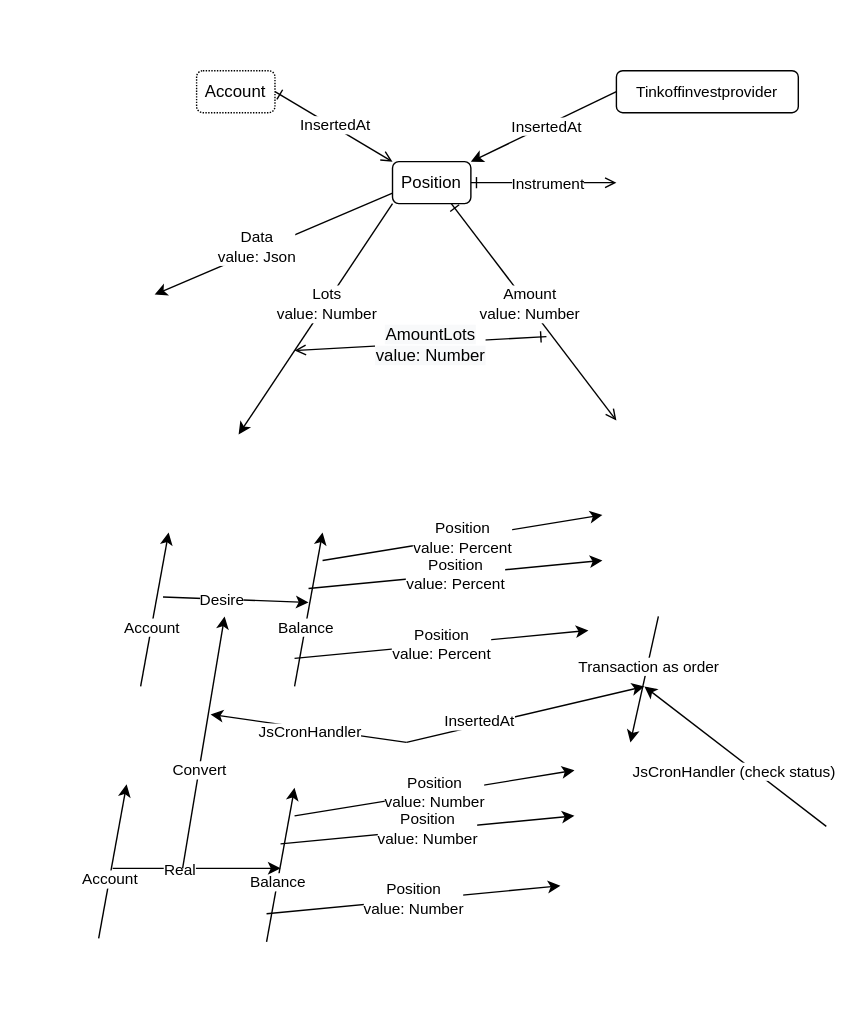
Above: src/position/Position.drawio.svg in suenot/deep-tinkoff-invest-api (draw.io), before the change. Source tidied: cells renumbered, new cells last; positions are measured from the earlier drawing's top-left corner, leaving out a move shared by most shapes.
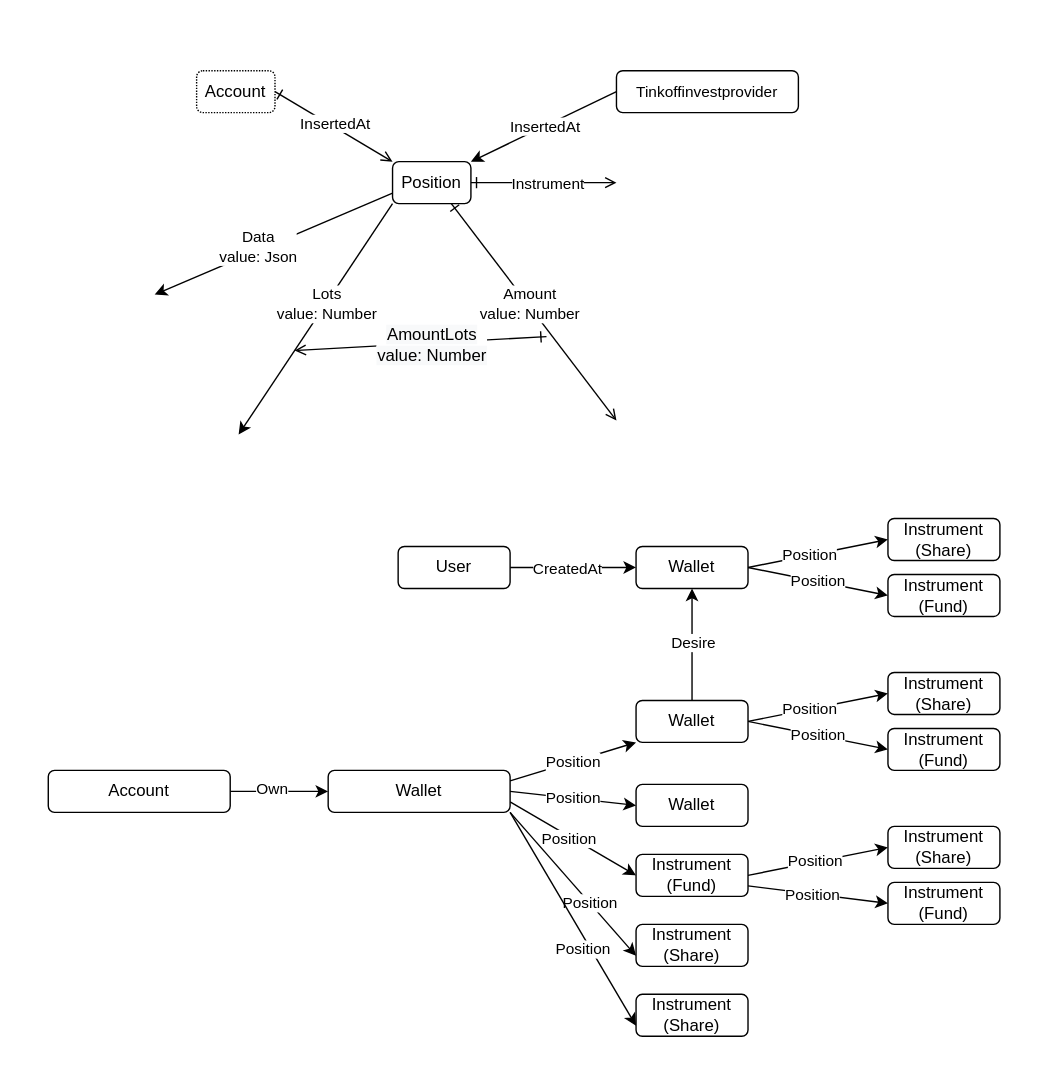
After the commit.

What changed in the source:
```diff
@@ -3,7 +3,7 @@
     <mxCell id="0" />
     <mxCell id="1" parent="0" />
     <mxCell id="2" style="rounded=0;whiteSpace=wrap;html=1;strokeColor=none;" parent="1" vertex="1">
-      <mxGeometry width="600" height="720" as="geometry" />
+      <mxGeometry width="740" height="770" as="geometry" />
     </mxCell>
     <mxCell id="3" style="edgeStyle=none;html=1;exitX=1;exitY=0.5;exitDx=0;exitDy=0;startArrow=ERone;startFill=0;entryX=0;entryY=0;entryDx=0;entryDy=0;endArrow=open;endFill=0;" parent="1" edge="1" source="5" target="12">
       <mxGeometry relative="1" as="geometry" />
@@ -58,12 +58,6 @@
     <mxCell id="16" value="&lt;span style=&quot;font-size: 12px ; background-color: rgb(248 , 249 , 250)&quot;&gt;AmountLots&lt;br&gt;value: Number&lt;br&gt;&lt;/span&gt;" style="edgeLabel;html=1;align=center;verticalAlign=middle;" parent="15" vertex="1">
       <mxGeometry x="-0.07" y="1" relative="1" as="geometry" />
     </mxCell>
-    <mxCell id="17" value="Position&lt;br&gt;value: Percent" style="edgeStyle=none;html=1;entryX=0;entryY=0.25;entryDx=0;entryDy=0;" parent="1" edge="1">
-      <mxGeometry relative="1" as="geometry">
-        <mxPoint x="230" y="400" as="sourcePoint" />
-        <mxPoint x="430" y="367.5" as="targetPoint" />
-      </mxGeometry>
-    </mxCell>
     <mxCell id="18" style="edgeStyle=none;html=1;exitX=0;exitY=0.5;exitDx=0;exitDy=0;entryX=1;entryY=0;entryDx=0;entryDy=0;" parent="1" edge="1" source="20" target="12">
       <mxGeometry relative="1" as="geometry" />
     </mxCell>
@@ -73,140 +67,128 @@
     <mxCell id="20" value="&lt;span style=&quot;font-size: 11px ; background-color: rgb(255 , 255 , 255)&quot;&gt;Tinkoffinvestprovider&lt;/span&gt;" style="rounded=1;whiteSpace=wrap;html=1;labelBackgroundColor=none;" parent="1" vertex="1">
       <mxGeometry x="440" y="50" width="130" height="30" as="geometry" />
     </mxCell>
-    <mxCell id="21" style="edgeStyle=none;html=1;" parent="1" edge="1">
-      <mxGeometry relative="1" as="geometry">
-        <mxPoint x="116" y="426.1" as="sourcePoint" />
-        <mxPoint x="220" y="430" as="targetPoint" />
-      </mxGeometry>
-    </mxCell>
+    <mxCell id="47" style="edgeStyle=none;html=1;exitX=1;exitY=0.75;exitDx=0;exitDy=0;entryX=0;entryY=0.5;entryDx=0;entryDy=0;" parent="1" edge="1" source="53" target="65">
+      <mxGeometry relative="1" as="geometry" />
+    </mxCell>
+    <mxCell id="48" value="Position" style="edgeLabel;html=1;align=center;verticalAlign=middle;" parent="47" vertex="1">
+      <mxGeometry x="-0.06" y="-1" relative="1" as="geometry" />
+    </mxCell>
+    <mxCell id="49" style="edgeStyle=none;html=1;exitX=1;exitY=1;exitDx=0;exitDy=0;entryX=0;entryY=0.75;entryDx=0;entryDy=0;" parent="1" edge="1" source="53" target="70">
+      <mxGeometry relative="1" as="geometry" />
+    </mxCell>
+    <mxCell id="50" value="Position" style="edgeLabel;html=1;align=center;verticalAlign=middle;" parent="49" vertex="1">
+      <mxGeometry x="0.26" relative="1" as="geometry" />
+    </mxCell>
+    <mxCell id="51" style="edgeStyle=none;html=1;exitX=1;exitY=1;exitDx=0;exitDy=0;entryX=0;entryY=0.75;entryDx=0;entryDy=0;" parent="1" edge="1" source="53" target="71">
+      <mxGeometry relative="1" as="geometry" />
+    </mxCell>
+    <mxCell id="52" value="Position" style="edgeLabel;html=1;align=center;verticalAlign=middle;" parent="51" vertex="1">
+      <mxGeometry x="0.25" y="-5" relative="1" as="geometry" />
+    </mxCell>
+    <mxCell id="53" value="Wallet" style="rounded=1;whiteSpace=wrap;html=1;labelBackgroundColor=none;" parent="1" vertex="1">
+      <mxGeometry x="234" y="550" width="130" height="30" as="geometry" />
+    </mxCell>
+    <mxCell id="54" value="Position" style="edgeStyle=none;html=1;exitX=1;exitY=0.25;exitDx=0;exitDy=0;entryX=0;entryY=1;entryDx=0;entryDy=0;" parent="1" edge="1" source="53" target="59">
+      <mxGeometry relative="1" as="geometry" />
+    </mxCell>
+    <mxCell id="55" style="edgeStyle=none;html=1;exitX=0.5;exitY=0;exitDx=0;exitDy=0;" parent="1" edge="1" source="59" target="60">
+      <mxGeometry relative="1" as="geometry" />
+    </mxCell>
-    <mxCell id="22" value="Desire" style="edgeLabel;html=1;align=center;verticalAlign=middle;" parent="21" vertex="1">
-      <mxGeometry x="-0.21" relative="1" as="geometry" />
+    <mxCell id="22" value="Desire" style="edgeLabel;html=1;align=center;verticalAlign=middle;" parent="55" vertex="1">
+      <mxGeometry x="0.05" relative="1" as="geometry" />
     </mxCell>
-    <mxCell id="23" style="edgeStyle=none;html=1;" parent="1" edge="1">
-      <mxGeometry relative="1" as="geometry">
-        <mxPoint x="210" y="490" as="sourcePoint" />
-        <mxPoint x="230" y="380" as="targetPoint" />
-      </mxGeometry>
-    </mxCell>
-    <mxCell id="24" value="Balance" style="edgeLabel;html=1;align=center;verticalAlign=middle;" parent="23" vertex="1">
-      <mxGeometry x="-0.21" relative="1" as="geometry" />
-    </mxCell>
-    <mxCell id="25" value="Position&lt;br&gt;value: Percent" style="edgeStyle=none;html=1;" parent="1" edge="1">
-      <mxGeometry relative="1" as="geometry">
-        <mxPoint x="220" y="420" as="sourcePoint" />
-        <mxPoint x="430" y="400" as="targetPoint" />
-      </mxGeometry>
-    </mxCell>
-    <mxCell id="26" value="Position&lt;br&gt;value: Percent" style="edgeStyle=none;html=1;" parent="1" edge="1">
-      <mxGeometry relative="1" as="geometry">
-        <mxPoint x="210" y="470" as="sourcePoint" />
-        <mxPoint x="420" y="450" as="targetPoint" />
-      </mxGeometry>
-    </mxCell>
-    <mxCell id="27" value="Position&lt;br&gt;value: Number" style="edgeStyle=none;html=1;entryX=0;entryY=0.25;entryDx=0;entryDy=0;" parent="1" edge="1">
-      <mxGeometry relative="1" as="geometry">
-        <mxPoint x="210" y="582.5" as="sourcePoint" />
-        <mxPoint x="410" y="550" as="targetPoint" />
-      </mxGeometry>
-    </mxCell>
-    <mxCell id="28" style="edgeStyle=none;html=1;" parent="1" edge="1">
-      <mxGeometry relative="1" as="geometry">
-        <mxPoint x="190" y="672.5" as="sourcePoint" />
-        <mxPoint x="210" y="562.5" as="targetPoint" />
-      </mxGeometry>
-    </mxCell>
-    <mxCell id="29" value="Balance" style="edgeLabel;html=1;align=center;verticalAlign=middle;" parent="28" vertex="1">
-      <mxGeometry x="-0.21" relative="1" as="geometry" />
-    </mxCell>
-    <mxCell id="30" value="Position&lt;br&gt;value: Number" style="edgeStyle=none;html=1;" parent="1" edge="1">
-      <mxGeometry relative="1" as="geometry">
-        <mxPoint x="200" y="602.5" as="sourcePoint" />
-        <mxPoint x="410" y="582.5" as="targetPoint" />
-      </mxGeometry>
-    </mxCell>
-    <mxCell id="31" value="Position&lt;br&gt;value: Number" style="edgeStyle=none;html=1;" parent="1" edge="1">
-      <mxGeometry relative="1" as="geometry">
-        <mxPoint x="190" y="652.5" as="sourcePoint" />
-        <mxPoint x="400" y="632.5" as="targetPoint" />
-      </mxGeometry>
-    </mxCell>
-    <mxCell id="32" style="edgeStyle=none;html=1;" parent="1" edge="1">
-      <mxGeometry relative="1" as="geometry">
-        <mxPoint x="100" y="490" as="sourcePoint" />
-        <mxPoint x="120" y="380" as="targetPoint" />
-      </mxGeometry>
-    </mxCell>
-    <mxCell id="33" value="Account" style="edgeLabel;html=1;align=center;verticalAlign=middle;" parent="32" vertex="1">
-      <mxGeometry x="-0.21" relative="1" as="geometry" />
-    </mxCell>
-    <mxCell id="34" style="edgeStyle=none;html=1;" parent="1" edge="1">
-      <mxGeometry relative="1" as="geometry">
-        <mxPoint x="70" y="670" as="sourcePoint" />
-        <mxPoint x="90" y="560" as="targetPoint" />
-      </mxGeometry>
-    </mxCell>
-    <mxCell id="35" value="Account" style="edgeLabel;html=1;align=center;verticalAlign=middle;" parent="34" vertex="1">
-      <mxGeometry x="-0.21" relative="1" as="geometry" />
-    </mxCell>
-    <mxCell id="36" style="edgeStyle=none;html=1;" parent="1" edge="1">
-      <mxGeometry relative="1" as="geometry">
-        <mxPoint x="80" y="620" as="sourcePoint" />
-        <mxPoint x="200" y="620" as="targetPoint" />
-      </mxGeometry>
-    </mxCell>
-    <mxCell id="37" value="Real" style="edgeLabel;html=1;align=center;verticalAlign=middle;" parent="36" vertex="1">
-      <mxGeometry x="-0.21" relative="1" as="geometry" />
-    </mxCell>
-    <mxCell id="38" style="edgeStyle=none;html=1;" parent="1" edge="1">
-      <mxGeometry relative="1" as="geometry">
-        <mxPoint x="130" y="620" as="sourcePoint" />
-        <mxPoint x="160" y="440" as="targetPoint" />
-      </mxGeometry>
-    </mxCell>
-    <mxCell id="39" value="Convert" style="edgeLabel;html=1;align=center;verticalAlign=middle;" parent="38" vertex="1">
-      <mxGeometry x="-0.21" relative="1" as="geometry" />
-    </mxCell>
-    <mxCell id="40" style="edgeStyle=none;html=1;" parent="1" edge="1">
-      <mxGeometry relative="1" as="geometry">
-        <mxPoint x="290" y="530" as="sourcePoint" />
-        <mxPoint x="150" y="510" as="targetPoint" />
-      </mxGeometry>
-    </mxCell>
-    <mxCell id="41" value="JsCronHandler" style="edgeLabel;html=1;align=center;verticalAlign=middle;" parent="40" vertex="1">
-      <mxGeometry x="-0.21" relative="1" as="geometry">
-        <mxPoint x="-15" as="offset" />
-      </mxGeometry>
-    </mxCell>
-    <mxCell id="42" style="edgeStyle=none;html=1;" parent="1" edge="1">
-      <mxGeometry relative="1" as="geometry">
-        <mxPoint x="290" y="530" as="sourcePoint" />
-        <mxPoint x="460" y="490" as="targetPoint" />
-      </mxGeometry>
-    </mxCell>
-    <mxCell id="43" value="InsertedAt" style="edgeLabel;html=1;align=center;verticalAlign=middle;" parent="42" vertex="1">
-      <mxGeometry x="-0.21" relative="1" as="geometry">
-        <mxPoint x="-15" as="offset" />
-      </mxGeometry>
-    </mxCell>
-    <mxCell id="44" style="edgeStyle=none;html=1;" parent="1" edge="1">
-      <mxGeometry relative="1" as="geometry">
-        <mxPoint x="470" y="440" as="sourcePoint" />
-        <mxPoint x="450" y="530" as="targetPoint" />
-      </mxGeometry>
-    </mxCell>
-    <mxCell id="45" value="Transaction as order" style="edgeLabel;html=1;align=center;verticalAlign=middle;" parent="44" vertex="1">
-      <mxGeometry x="-0.21" relative="1" as="geometry" />
-    </mxCell>
-    <mxCell id="46" style="edgeStyle=none;html=1;" parent="1" edge="1">
-      <mxGeometry relative="1" as="geometry">
-        <mxPoint x="590" y="590" as="sourcePoint" />
-        <mxPoint x="460" y="490" as="targetPoint" />
-      </mxGeometry>
-    </mxCell>
-    <mxCell id="47" value="JsCronHandler (check status)" style="edgeLabel;html=1;align=center;verticalAlign=middle;" parent="46" vertex="1">
-      <mxGeometry x="-0.21" relative="1" as="geometry">
-        <mxPoint x="-15" as="offset" />
-      </mxGeometry>
-    </mxCell>
+    <mxCell id="56" value="Position" style="edgeStyle=none;html=1;exitX=1;exitY=0.5;exitDx=0;exitDy=0;entryX=0;entryY=0.5;entryDx=0;entryDy=0;" parent="1" edge="1" source="59" target="74">
+      <mxGeometry relative="1" as="geometry" />
+    </mxCell>
+    <mxCell id="57" style="edgeStyle=none;html=1;exitX=1;exitY=0.5;exitDx=0;exitDy=0;entryX=0;entryY=0.5;entryDx=0;entryDy=0;" parent="1" edge="1" source="59" target="73">
+      <mxGeometry relative="1" as="geometry" />
+    </mxCell>
+    <mxCell id="58" value="Position" style="edgeLabel;html=1;align=center;verticalAlign=middle;" parent="57" vertex="1">
+      <mxGeometry x="-0.11" y="1" relative="1" as="geometry" />
+    </mxCell>
+    <mxCell id="59" value="Wallet" style="rounded=1;whiteSpace=wrap;html=1;labelBackgroundColor=none;" parent="1" vertex="1">
+      <mxGeometry x="454" y="500" width="80" height="30" as="geometry" />
+    </mxCell>
+    <mxCell id="60" value="Wallet" style="rounded=1;whiteSpace=wrap;html=1;labelBackgroundColor=none;" parent="1" vertex="1">
+      <mxGeometry x="454" y="390" width="80" height="30" as="geometry" />
+    </mxCell>
+    <mxCell id="61" style="edgeStyle=none;html=1;exitX=1;exitY=0.5;exitDx=0;exitDy=0;entryX=0;entryY=0.5;entryDx=0;entryDy=0;" parent="1" edge="1" source="63" target="53">
+      <mxGeometry relative="1" as="geometry" />
+    </mxCell>
+    <mxCell id="62" value="Own" style="edgeLabel;html=1;align=center;verticalAlign=middle;" parent="61" vertex="1">
+      <mxGeometry x="-0.18" y="3" relative="1" as="geometry" />
+    </mxCell>
+    <mxCell id="63" value="Account" style="rounded=1;whiteSpace=wrap;html=1;labelBackgroundColor=none;" parent="1" vertex="1">
+      <mxGeometry x="34" y="550" width="130" height="30" as="geometry" />
+    </mxCell>
+    <mxCell id="64" value="Wallet" style="rounded=1;whiteSpace=wrap;html=1;labelBackgroundColor=none;" parent="1" vertex="1">
+      <mxGeometry x="454" y="560" width="80" height="30" as="geometry" />
+    </mxCell>
+    <mxCell id="65" value="Instrument (Fund)" style="rounded=1;whiteSpace=wrap;html=1;labelBackgroundColor=none;" parent="1" vertex="1">
+      <mxGeometry x="454" y="610" width="80" height="30" as="geometry" />
+    </mxCell>
+    <mxCell id="66" style="edgeStyle=none;html=1;exitX=1;exitY=0.5;exitDx=0;exitDy=0;entryX=0;entryY=0.5;entryDx=0;entryDy=0;" parent="1" edge="1" source="65" target="75">
+      <mxGeometry relative="1" as="geometry" />
+    </mxCell>
+    <mxCell id="67" value="Position" style="edgeLabel;html=1;align=center;verticalAlign=middle;" parent="66" vertex="1">
+      <mxGeometry x="-0.04" y="1" relative="1" as="geometry" />
+    </mxCell>
+    <mxCell id="68" style="edgeStyle=none;html=1;exitX=1;exitY=0.75;exitDx=0;exitDy=0;entryX=0;entryY=0.5;entryDx=0;entryDy=0;" parent="1" edge="1" source="65" target="76">
+      <mxGeometry relative="1" as="geometry" />
+    </mxCell>
+    <mxCell id="69" value="Position" style="edgeLabel;html=1;align=center;verticalAlign=middle;" parent="68" vertex="1">
+      <mxGeometry x="-0.09" relative="1" as="geometry" />
+    </mxCell>
+    <mxCell id="70" value="Instrument&lt;br&gt;(Share)" style="rounded=1;whiteSpace=wrap;html=1;labelBackgroundColor=none;" parent="1" vertex="1">
+      <mxGeometry x="454" y="660" width="80" height="30" as="geometry" />
+    </mxCell>
+    <mxCell id="71" value="Instrument&lt;br&gt;(Share)" style="rounded=1;whiteSpace=wrap;html=1;labelBackgroundColor=none;" parent="1" vertex="1">
+      <mxGeometry x="454" y="710" width="80" height="30" as="geometry" />
+    </mxCell>
+    <mxCell id="72" value="Position" style="edgeStyle=none;html=1;exitX=1;exitY=0.5;exitDx=0;exitDy=0;entryX=0;entryY=0.5;entryDx=0;entryDy=0;" parent="1" edge="1" source="53" target="64">
+      <mxGeometry relative="1" as="geometry" />
+    </mxCell>
+    <mxCell id="73" value="Instrument&lt;br&gt;(Share)" style="rounded=1;whiteSpace=wrap;html=1;labelBackgroundColor=none;" parent="1" vertex="1">
+      <mxGeometry x="634" y="480" width="80" height="30" as="geometry" />
+    </mxCell>
+    <mxCell id="74" value="Instrument&lt;br&gt;(Fund)" style="rounded=1;whiteSpace=wrap;html=1;labelBackgroundColor=none;" parent="1" vertex="1">
+      <mxGeometry x="634" y="520" width="80" height="30" as="geometry" />
+    </mxCell>
+    <mxCell id="75" value="Instrument&lt;br&gt;(Share)" style="rounded=1;whiteSpace=wrap;html=1;labelBackgroundColor=none;" parent="1" vertex="1">
+      <mxGeometry x="634" y="590" width="80" height="30" as="geometry" />
+    </mxCell>
+    <mxCell id="76" value="Instrument&lt;br&gt;(Fund)" style="rounded=1;whiteSpace=wrap;html=1;labelBackgroundColor=none;" parent="1" vertex="1">
+      <mxGeometry x="634" y="630" width="80" height="30" as="geometry" />
+    </mxCell>
+    <mxCell id="77" value="Position" style="edgeStyle=none;html=1;exitX=1;exitY=0.5;exitDx=0;exitDy=0;entryX=0;entryY=0.5;entryDx=0;entryDy=0;" parent="1" edge="1" target="81">
+      <mxGeometry relative="1" as="geometry">
+        <mxPoint x="534" y="405" as="sourcePoint" />
+      </mxGeometry>
+    </mxCell>
+    <mxCell id="78" style="edgeStyle=none;html=1;exitX=1;exitY=0.5;exitDx=0;exitDy=0;entryX=0;entryY=0.5;entryDx=0;entryDy=0;" parent="1" edge="1" target="80">
+      <mxGeometry relative="1" as="geometry">
+        <mxPoint x="534" y="405" as="sourcePoint" />
+      </mxGeometry>
+    </mxCell>
+    <mxCell id="79" value="Position" style="edgeLabel;html=1;align=center;verticalAlign=middle;" parent="78" vertex="1">
+      <mxGeometry x="-0.11" y="1" relative="1" as="geometry" />
+    </mxCell>
+    <mxCell id="80" value="Instrument&lt;br&gt;(Share)" style="rounded=1;whiteSpace=wrap;html=1;labelBackgroundColor=none;" parent="1" vertex="1">
+      <mxGeometry x="634" y="370" width="80" height="30" as="geometry" />
+    </mxCell>
+    <mxCell id="81" value="Instrument&lt;br&gt;(Fund)" style="rounded=1;whiteSpace=wrap;html=1;labelBackgroundColor=none;" parent="1" vertex="1">
+      <mxGeometry x="634" y="410" width="80" height="30" as="geometry" />
+    </mxCell>
+    <mxCell id="82" style="edgeStyle=none;html=1;exitX=1;exitY=0.5;exitDx=0;exitDy=0;entryX=0;entryY=0.5;entryDx=0;entryDy=0;" parent="1" edge="1" source="84" target="60">
+      <mxGeometry relative="1" as="geometry" />
+    </mxCell>
+    <mxCell id="83" value="CreatedAt" style="edgeLabel;html=1;align=center;verticalAlign=middle;" parent="82" vertex="1">
+      <mxGeometry x="-0.35" y="2" relative="1" as="geometry">
+        <mxPoint x="11" y="2" as="offset" />
+      </mxGeometry>
+    </mxCell>
+    <mxCell id="84" value="User" style="rounded=1;whiteSpace=wrap;html=1;labelBackgroundColor=none;" parent="1" vertex="1">
+      <mxGeometry x="284" y="390" width="80" height="30" as="geometry" />
+    </mxCell>
   </root>
 </mxGraphModel>
```
